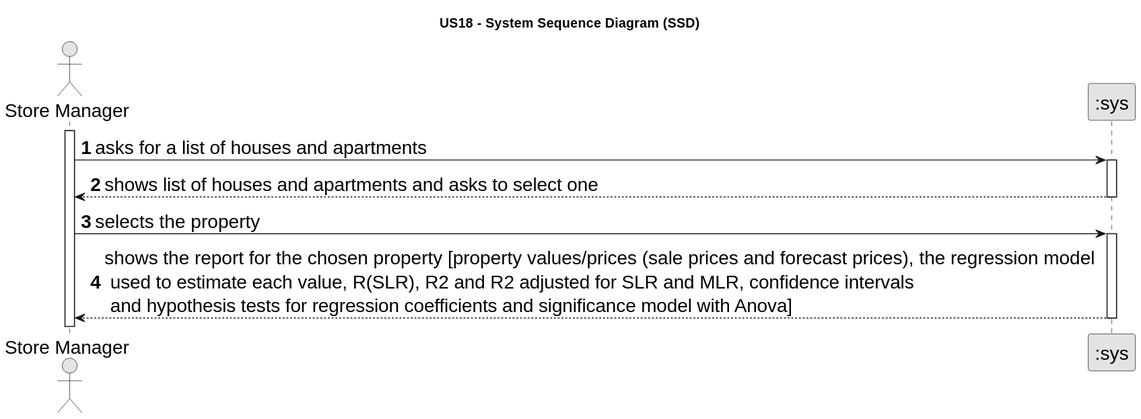
The PlantUML diagram docs/sprintD/US018/01.requirements-engineering/svg/us18-system-sequence-diagram.svg in PureNimble/ISEP-LAPR2, before a commit.
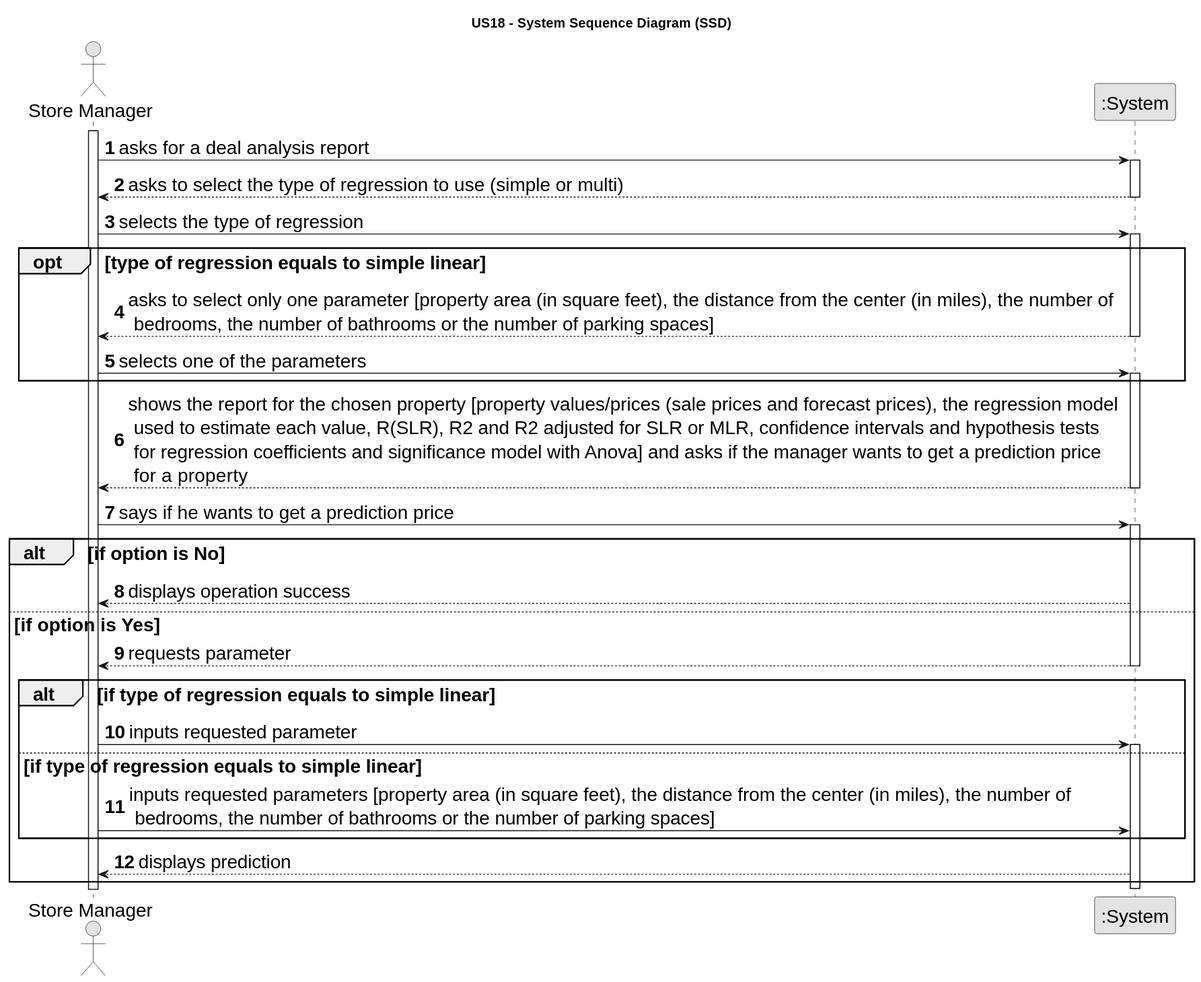
Later version of the same file.

The edit, as a diff of the source:
```diff
@@ -9,19 +9,44 @@
 autonumber
 
 actor "Store Manager" as manager
-participant ":sys" as sys
+participant ":System" as sys
 
 activate manager
 
-    manager -> sys : asks for a list of houses and apartments
+    manager -> sys : asks for a deal analysis report
     activate sys
 
-        sys --> manager : shows list of houses and apartments and asks to select one
+        sys --> manager : asks to select the type of regression to use (simple or multi)
     deactivate sys
 
-    manager -> sys : selects the property
+    manager -> sys : selects the type of regression
     activate sys
 
-        sys --> manager : shows the report for the chosen property [property values/prices (sale prices and forecast prices), the regression model \n used to estimate each value, R(SLR), R2 and R2 adjusted for SLR and MLR, confidence intervals \n and hypothesis tests for regression coefficients and significance model with Anova]
+    opt type of regression equals to simple linear
+
+        sys --> manager : asks to select only one parameter [property area (in square feet), the distance from the center (in miles), the number of \n bedrooms, the number of bathrooms or the number of parking spaces]
         deactivate sys
+
+        manager -> sys : selects one of the parameters
+        activate sys
+    end
+    sys --> manager : shows the report for the chosen property [property values/prices (sale prices and forecast prices), the regression model \n used to estimate each value, R(SLR), R2 and R2 adjusted for SLR or MLR, confidence intervals and hypothesis tests\n for regression coefficients and significance model with Anova] and asks if the manager wants to get a prediction price\n for a property
+    deactivate sys
+    manager -> sys : says if he wants to get a prediction price
+    activate sys
+    alt if option is No
+        sys --> manager : displays operation success
+    else if option is Yes
+    sys --> manager : requests parameter
+    alt if type of regression equals to simple linear
+            deactivate sys
+            manager -> sys : inputs requested parameter
+            activate sys
+
+    else if type of regression equals to simple linear
+                     manager -> sys : inputs requested parameters [property area (in square feet), the distance from the center (in miles), the number of \n bedrooms, the number of bathrooms or the number of parking spaces]
+    end
+        sys --> manager : displays prediction
+end
+deactivate sys
 @enduml
```
